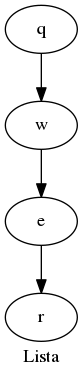
Above: Grafos/lista.dot.png in loconluis/Practica2s12017_201114279 (Graphviz), before the change. Its source is kept beside it as Grafos/lista.dot.
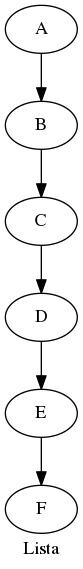
The same diagram one commit later.

Change to the diagram source:
```diff
@@ -1,6 +1,8 @@
 digraph { label = "Lista"
 
-	q->w
-	w->e
-	e->r
+	A->B
+	B->C
+	C->D
+	D->E
+	E->F
 }
```
